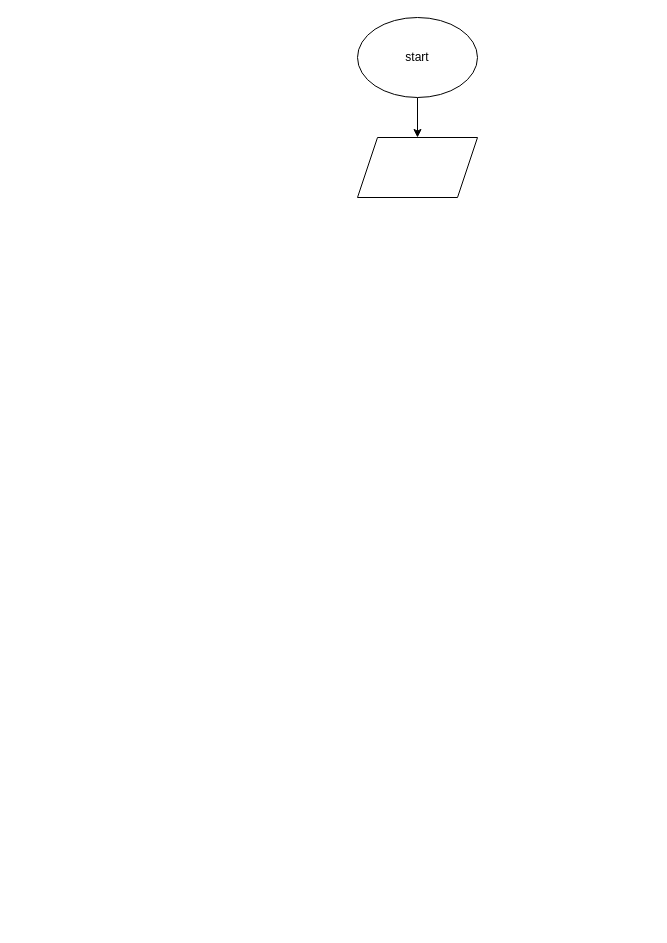
This is page "Page-4" (4 of 4) of ss13.drawio from VNGrikke/ss13laptrinhC, a draw.io file, before an edit. Source tidied: cells renumbered, new cells numbered last; positions are measured from the earlier drawing's top-left corner, leaving out a move shared by most shapes. Both pictures are drawn from the tidied source at 100%, with x=0, y=0 at pixel (357, 17).
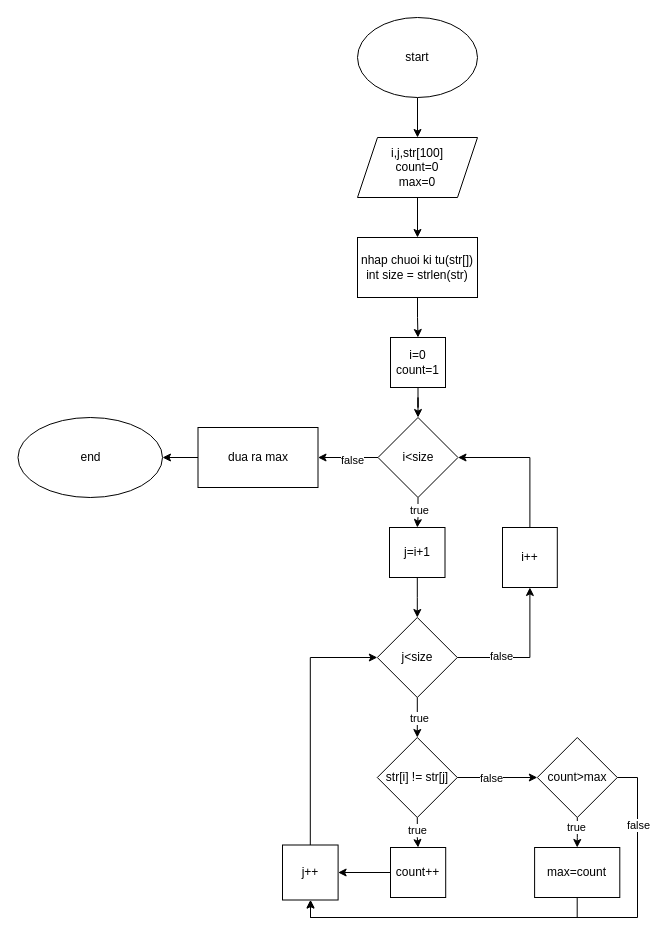
Above is the later version.

Change to the diagram source:
```diff
@@
+    <mxCell id="5" style="edgeStyle=orthogonalEdgeStyle;rounded=0;jettySize=auto;html=1;" parent="1" edge="1" source="4" target="7">
+      <mxGeometry relative="1" as="geometry" />
+    </mxCell>
-    <mxCell id="4" style="shape=parallelogram;perimeter=parallelogramPerimeter;whiteSpace=wrap;html=1;fixedSize=1;" parent="1" vertex="1">
+    <mxCell id="4" value="i,j,str[100]&lt;br&gt;count=0&lt;br&gt;max=0" style="shape=parallelogram;perimeter=parallelogramPerimeter;whiteSpace=wrap;html=1;fixedSize=1;" parent="1" vertex="1">
       <mxGeometry y="120" width="120" height="60" as="geometry" />
     </mxCell>
+    <mxCell id="6" style="edgeStyle=orthogonalEdgeStyle;rounded=0;jettySize=auto;html=1;" parent="1" edge="1" source="7" target="9">
+      <mxGeometry relative="1" as="geometry" />
+    </mxCell>
+    <mxCell id="7" value="nhap chuoi ki tu(str[])&lt;br&gt;int size = strlen(str)" style="whiteSpace=wrap;html=1;" parent="1" vertex="1">
+      <mxGeometry y="220" width="120" height="60" as="geometry" />
+    </mxCell>
+    <mxCell id="8" style="edgeStyle=orthogonalEdgeStyle;rounded=0;jettySize=auto;html=1;" parent="1" edge="1" source="9" target="14">
+      <mxGeometry relative="1" as="geometry" />
+    </mxCell>
+    <mxCell id="9" value="i=0&lt;br&gt;count=1" style="whiteSpace=wrap;html=1;" parent="1" vertex="1">
+      <mxGeometry x="33" y="320" width="55" height="50" as="geometry" />
+    </mxCell>
+    <mxCell id="10" style="edgeStyle=orthogonalEdgeStyle;rounded=0;jettySize=auto;html=1;" parent="1" edge="1" source="14" target="16">
+      <mxGeometry relative="1" as="geometry" />
+    </mxCell>
+    <mxCell id="11" value="true" style="edgeLabel;html=1;align=center;verticalAlign=middle;" parent="10" vertex="1">
+      <mxGeometry x="-0.19" y="1" relative="1" as="geometry" />
+    </mxCell>
+    <mxCell id="12" style="edgeStyle=orthogonalEdgeStyle;rounded=0;jettySize=auto;html=1;" parent="1" edge="1" source="14" target="41">
+      <mxGeometry relative="1" as="geometry" />
+    </mxCell>
+    <mxCell id="13" value="false" style="edgeLabel;html=1;align=center;verticalAlign=middle;" parent="12" vertex="1">
+      <mxGeometry x="-0.14" y="2" relative="1" as="geometry" />
+    </mxCell>
+    <mxCell id="14" value="i&amp;lt;size" style="rhombus;whiteSpace=wrap;html=1;" parent="1" vertex="1">
+      <mxGeometry x="20.5" y="400" width="80" height="80" as="geometry" />
+    </mxCell>
+    <mxCell id="15" style="edgeStyle=orthogonalEdgeStyle;rounded=0;jettySize=auto;html=1;" parent="1" edge="1" source="16" target="21">
+      <mxGeometry relative="1" as="geometry" />
+    </mxCell>
+    <mxCell id="16" value="j=i+1" style="whiteSpace=wrap;html=1;" parent="1" vertex="1">
+      <mxGeometry x="32" y="510" width="55.5" height="50" as="geometry" />
+    </mxCell>
+    <mxCell id="17" style="edgeStyle=orthogonalEdgeStyle;rounded=0;jettySize=auto;html=1;" parent="1" edge="1" source="21" target="26">
+      <mxGeometry relative="1" as="geometry" />
+    </mxCell>
+    <mxCell id="18" value="true" style="edgeLabel;html=1;align=center;verticalAlign=middle;" parent="17" vertex="1">
+      <mxGeometry x="0.02" y="2" relative="1" as="geometry" />
+    </mxCell>
+    <mxCell id="19" style="edgeStyle=orthogonalEdgeStyle;rounded=0;jettySize=auto;html=1;" parent="1" edge="1" source="21" target="39">
+      <mxGeometry relative="1" as="geometry" />
+    </mxCell>
+    <mxCell id="20" value="false" style="edgeLabel;html=1;align=center;verticalAlign=middle;" parent="19" vertex="1">
+      <mxGeometry x="-0.38" y="2" relative="1" as="geometry" />
+    </mxCell>
+    <mxCell id="21" value="j&amp;lt;size" style="rhombus;whiteSpace=wrap;html=1;" parent="1" vertex="1">
+      <mxGeometry x="19.8" y="600" width="80" height="80" as="geometry" />
+    </mxCell>
+    <mxCell id="22" style="edgeStyle=orthogonalEdgeStyle;rounded=0;jettySize=auto;html=1;" parent="1" edge="1" source="26" target="28">
+      <mxGeometry relative="1" as="geometry" />
+    </mxCell>
+    <mxCell id="23" value="true" style="edgeLabel;html=1;align=center;verticalAlign=middle;" parent="22" vertex="1">
+      <mxGeometry x="-0.2" relative="1" as="geometry" />
+    </mxCell>
+    <mxCell id="24" style="edgeStyle=orthogonalEdgeStyle;rounded=0;jettySize=auto;html=1;" parent="1" edge="1" source="26" target="33">
+      <mxGeometry relative="1" as="geometry" />
+    </mxCell>
+    <mxCell id="25" value="false" style="edgeLabel;html=1;align=center;verticalAlign=middle;" parent="24" vertex="1">
+      <mxGeometry x="-0.15" relative="1" as="geometry" />
+    </mxCell>
+    <mxCell id="26" value="str[i] != str[j]" style="rhombus;whiteSpace=wrap;html=1;" parent="1" vertex="1">
+      <mxGeometry x="19.8" y="720" width="80" height="80" as="geometry" />
+    </mxCell>
+    <mxCell id="27" style="edgeStyle=orthogonalEdgeStyle;rounded=0;jettySize=auto;html=1;" parent="1" edge="1" source="28" target="37">
+      <mxGeometry relative="1" as="geometry" />
+    </mxCell>
+    <mxCell id="28" value="count++" style="whiteSpace=wrap;html=1;" parent="1" vertex="1">
+      <mxGeometry x="33" y="830" width="55.2" height="50" as="geometry" />
+    </mxCell>
+    <mxCell id="29" style="edgeStyle=orthogonalEdgeStyle;rounded=0;jettySize=auto;html=1;" parent="1" edge="1" source="33" target="35">
+      <mxGeometry relative="1" as="geometry" />
+    </mxCell>
+    <mxCell id="30" value="true" style="edgeLabel;html=1;align=center;verticalAlign=middle;" parent="29" vertex="1">
+      <mxGeometry x="-0.37" y="-1" relative="1" as="geometry" />
+    </mxCell>
+    <mxCell id="31" style="edgeStyle=orthogonalEdgeStyle;rounded=0;jettySize=auto;html=1;exitX=1;exitY=0.5;exitDx=0;exitDy=0;" parent="1" edge="1" source="33" target="37">
+      <mxGeometry relative="1" as="geometry">
+        <Array as="points">
+          <mxPoint x="280" y="760" />
+          <mxPoint x="280" y="900" />
+          <mxPoint x="-47" y="900" />
+        </Array>
+      </mxGeometry>
+    </mxCell>
+    <mxCell id="32" value="false" style="edgeLabel;html=1;align=center;verticalAlign=middle;" parent="31" vertex="1">
+      <mxGeometry x="-0.73" relative="1" as="geometry" />
+    </mxCell>
+    <mxCell id="33" value="count&amp;gt;max" style="rhombus;whiteSpace=wrap;html=1;" parent="1" vertex="1">
+      <mxGeometry x="179.8" y="720" width="80" height="80" as="geometry" />
+    </mxCell>
+    <mxCell id="34" style="edgeStyle=orthogonalEdgeStyle;rounded=0;jettySize=auto;html=1;exitX=0.5;exitY=1;exitDx=0;exitDy=0;" parent="1" edge="1" source="35" target="37">
+      <mxGeometry relative="1" as="geometry">
+        <Array as="points">
+          <mxPoint x="220" y="900" />
+          <mxPoint x="-47" y="900" />
+        </Array>
+      </mxGeometry>
+    </mxCell>
+    <mxCell id="35" value="max=count" style="whiteSpace=wrap;html=1;" parent="1" vertex="1">
+      <mxGeometry x="177.1" y="830" width="85.2" height="50" as="geometry" />
+    </mxCell>
+    <mxCell id="36" style="edgeStyle=orthogonalEdgeStyle;rounded=0;jettySize=auto;html=1;exitX=0.5;exitY=0;exitDx=0;exitDy=0;" parent="1" edge="1" source="37" target="21">
+      <mxGeometry relative="1" as="geometry">
+        <Array as="points">
+          <mxPoint x="-47" y="640" />
+        </Array>
+      </mxGeometry>
+    </mxCell>
+    <mxCell id="37" value="j++" style="whiteSpace=wrap;html=1;" parent="1" vertex="1">
+      <mxGeometry x="-75" y="827.5" width="55.6" height="55" as="geometry" />
+    </mxCell>
+    <mxCell id="38" style="edgeStyle=orthogonalEdgeStyle;rounded=0;jettySize=auto;html=1;exitX=0.5;exitY=0;exitDx=0;exitDy=0;" parent="1" edge="1" source="39" target="14">
+      <mxGeometry relative="1" as="geometry">
+        <Array as="points">
+          <mxPoint x="172" y="440" />
+        </Array>
+      </mxGeometry>
+    </mxCell>
+    <mxCell id="39" value="i++" style="whiteSpace=wrap;html=1;" parent="1" vertex="1">
+      <mxGeometry x="145" y="510" width="54.8" height="60" as="geometry" />
+    </mxCell>
+    <mxCell id="40" style="edgeStyle=orthogonalEdgeStyle;rounded=0;jettySize=auto;html=1;" parent="1" edge="1" source="41" target="42">
+      <mxGeometry relative="1" as="geometry" />
+    </mxCell>
+    <mxCell id="41" value="dua ra max" style="whiteSpace=wrap;html=1;" parent="1" vertex="1">
+      <mxGeometry x="-159.5" y="410" width="120" height="60" as="geometry" />
+    </mxCell>
+    <mxCell id="42" value="end" style="ellipse;whiteSpace=wrap;html=1;" parent="1" vertex="1">
+      <mxGeometry x="-339.5" y="400" width="144.5" height="80" as="geometry" />
+    </mxCell>
```
